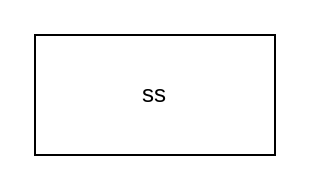
Before: 未命名绘图.drawio in harlansgithub/start, a draw.io diagram. Source tidied: cells renumbered, new cells numbered last; positions are measured from the earlier drawing's top-left corner, leaving out a move shared by most shapes. Both pictures are drawn from the tidied source at 200%, with x=0, y=0 at pixel (34, 34).
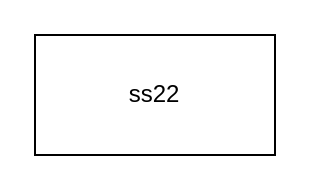
The same page after the edit.

The edit, as a diff of the source:
```diff
@@
 <mxGraphModel>
   <root>
     <mxCell id="0" />
     <mxCell id="1" parent="0" />
-    <mxCell id="2" value="ss" style="rounded=0;whiteSpace=wrap;html=1;" parent="1" vertex="1">
+    <mxCell id="2" value="ss22" style="rounded=0;whiteSpace=wrap;html=1;" parent="1" vertex="1">
       <mxGeometry width="120" height="60" as="geometry" />
     </mxCell>
   </root>
 </mxGraphModel>
```
